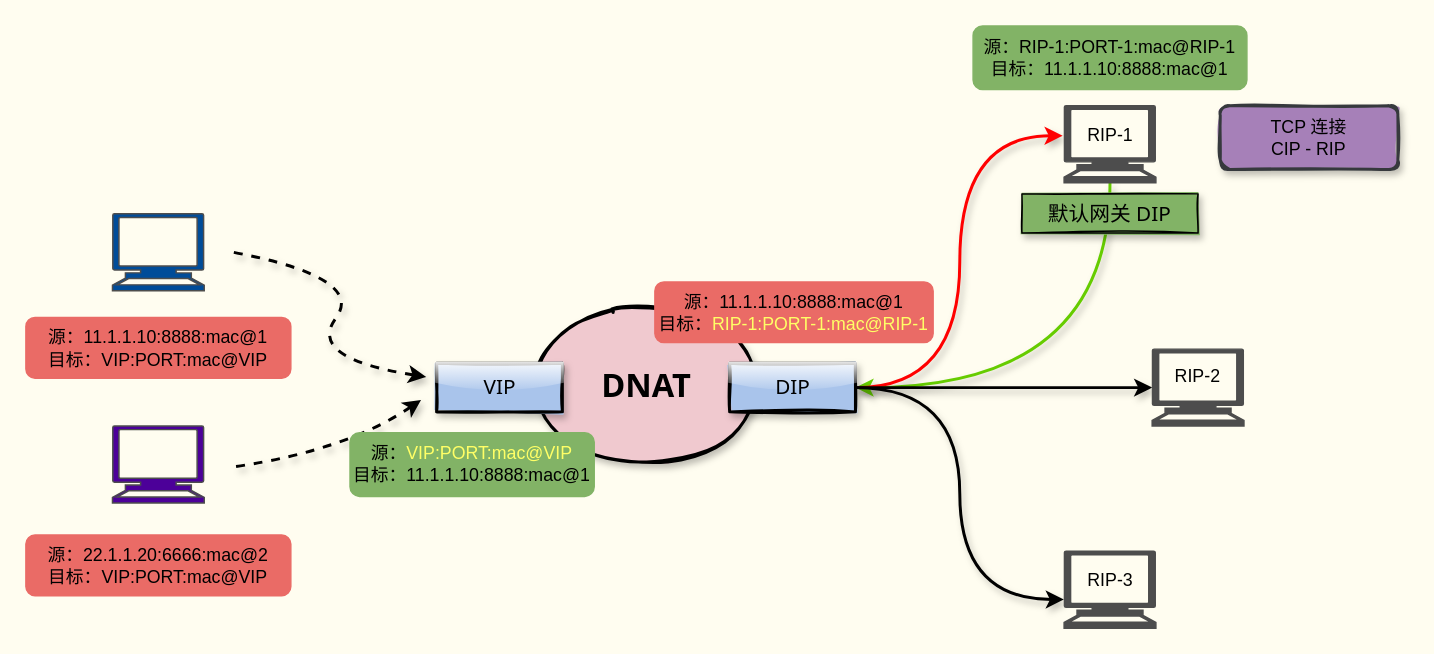
This is pictures/负载均衡/dnat.drawio from boxtsecond/draw, a draw.io file, before an edit. Source tidied: cells renumbered, new cells numbered last; positions are measured from the earlier drawing's top-left corner, leaving out a move shared by most shapes. Both pictures are drawn from the tidied source at 148%, with x=0, y=0 at pixel (25, 25).
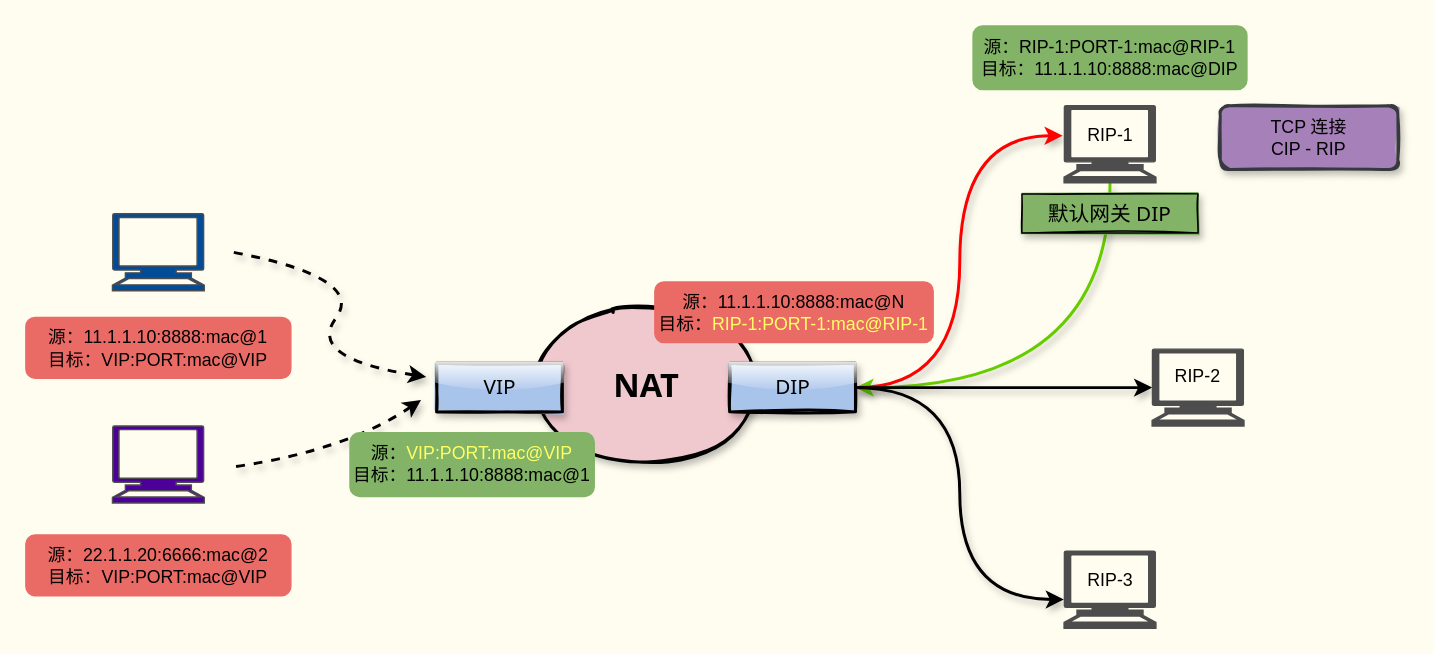
Above is the later version.

Diff of the diagram source:
```diff
@@
-    <mxCell id="7" value="&lt;b&gt;&lt;font style=&quot;font-size: 22px&quot;&gt;DNAT&lt;/font&gt;&lt;/b&gt;" style="ellipse;whiteSpace=wrap;html=1;shadow=1;glass=1;sketch=1;strokeWidth=2;fontFamily=Tahoma;fontSize=14;fillStyle=solid;fillColor=#f0c9cf;" parent="1" vertex="1">
+    <mxCell id="7" value="&lt;b&gt;&lt;font style=&quot;font-size: 22px&quot;&gt;NAT&lt;/font&gt;&lt;/b&gt;" style="ellipse;whiteSpace=wrap;html=1;shadow=1;glass=1;sketch=1;strokeWidth=2;fontFamily=Tahoma;fontSize=14;fillStyle=solid;fillColor=#f0c9cf;" parent="1" vertex="1">
       <mxGeometry x="340.5" y="188.2" width="157" height="108" as="geometry" />
     </mxCell>
@@
-    <mxCell id="20" value="源：&lt;span style=&quot;font-family: &amp;#34;helvetica&amp;#34;&quot;&gt;11.1.1.10&lt;/span&gt;&lt;span style=&quot;font-family: &amp;#34;helvetica&amp;#34;&quot;&gt;:8888:mac@1&lt;/span&gt;&lt;br&gt;目标：&lt;font color=&quot;#ffff66&quot;&gt;RIP-1:PORT-1:mac@RIP-1&lt;/font&gt;" style="rounded=1;whiteSpace=wrap;html=1;fillColor=#EA6B66;strokeColor=#EA6B66;" parent="1" vertex="1">
+    <mxCell id="20" value="源：&lt;span style=&quot;font-family: &amp;#34;helvetica&amp;#34;&quot;&gt;11.1.1.10&lt;/span&gt;&lt;span style=&quot;font-family: &amp;#34;helvetica&amp;#34;&quot;&gt;:8888:mac@N&lt;/span&gt;&lt;br&gt;目标：&lt;font color=&quot;#ffff66&quot;&gt;RIP-1:PORT-1:mac@RIP-1&lt;/font&gt;" style="rounded=1;whiteSpace=wrap;html=1;fillColor=#EA6B66;strokeColor=#EA6B66;" parent="1" vertex="1">
       <mxGeometry x="425" y="173" width="188" height="41" as="geometry" />
     </mxCell>
-    <mxCell id="21" value="源：RIP-1:PORT-1:mac@RIP-1&lt;br&gt;目标：&lt;span style=&quot;font-family: &amp;#34;helvetica&amp;#34;&quot;&gt;11.1.1.10:8888:mac@1&lt;/span&gt;" style="rounded=1;whiteSpace=wrap;html=1;strokeColor=#82b366;fillColor=#82B366;" parent="1" vertex="1">
+    <mxCell id="21" value="源：RIP-1:PORT-1:mac@RIP-1&lt;br&gt;目标：&lt;span style=&quot;font-family: &amp;#34;helvetica&amp;#34;&quot;&gt;11.1.1.10:8888:mac@DIP&lt;/span&gt;" style="rounded=1;whiteSpace=wrap;html=1;strokeColor=#82b366;fillColor=#82B366;" parent="1" vertex="1">
       <mxGeometry x="640" width="185" height="43" as="geometry" />
     </mxCell>
```
